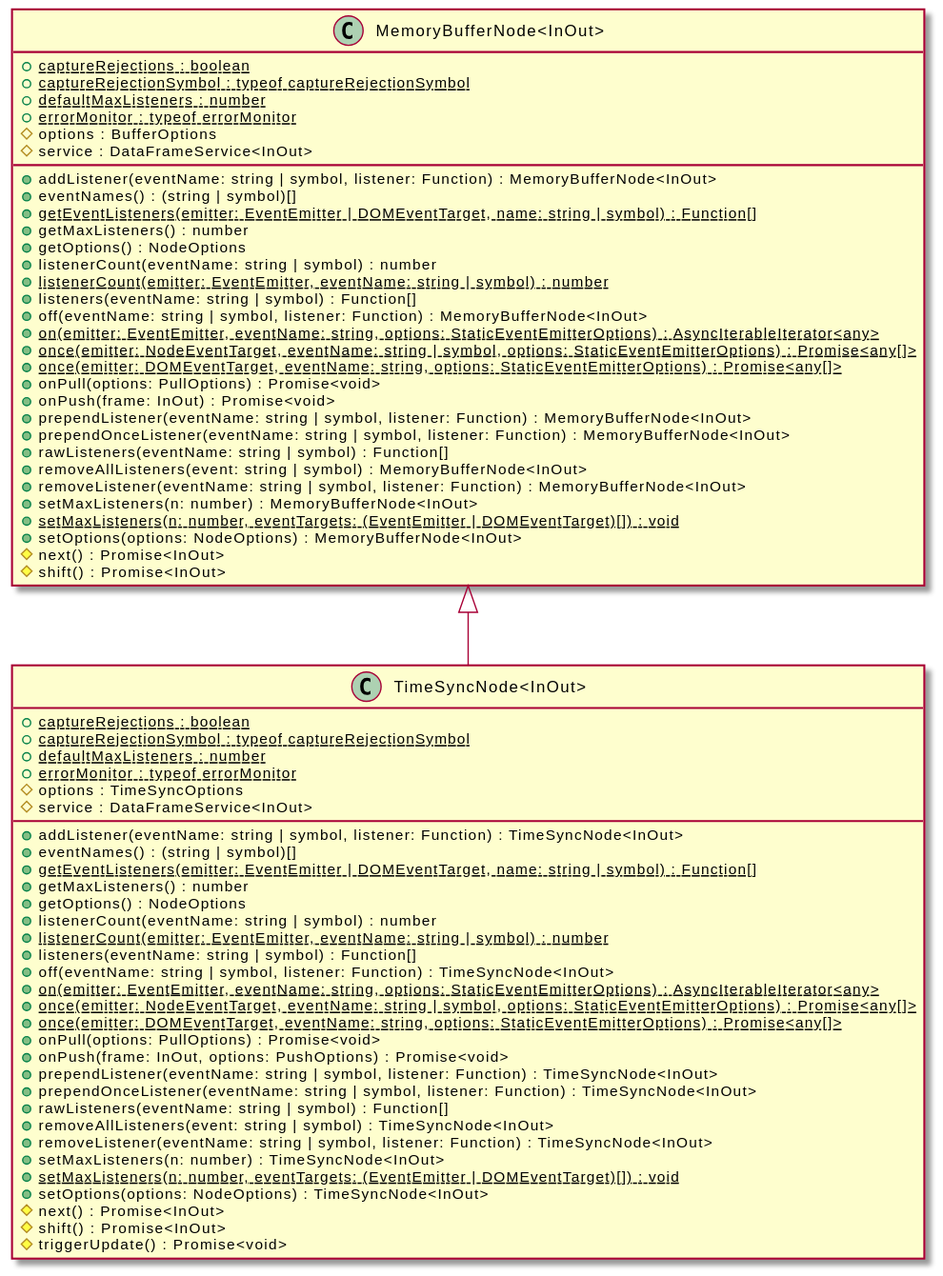
This is assets/TimeSyncNode-umlClassDiagram-11810.svg from OpenHPS/openhps-core, a PlantUML export, as it was before one commit.
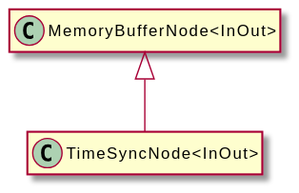
Later version of the same file.

What changed in the source:
```diff
@@ -3,69 +3,8 @@
 hide empty methods
 hide empty fields
 class "TimeSyncNode<InOut>" {
-    {static} +captureRejections : boolean
-    {static} +captureRejectionSymbol : typeof captureRejectionSymbol
-    {static} +defaultMaxListeners : number
-    {static} +errorMonitor : typeof errorMonitor
-    #options : TimeSyncOptions
-    #service : DataFrameService<InOut>
-    +addListener(eventName: string | symbol, listener: Function) : TimeSyncNode<InOut>
-    +eventNames() : (string | symbol)[]
-    {static} +getEventListeners(emitter: EventEmitter | DOMEventTarget, name: string | symbol) : Function[]
-    +getMaxListeners() : number
-    +getOptions() : NodeOptions
-    +listenerCount(eventName: string | symbol) : number
-    {static} +listenerCount(emitter: EventEmitter, eventName: string | symbol) : number
-    +listeners(eventName: string | symbol) : Function[]
-    +off(eventName: string | symbol, listener: Function) : TimeSyncNode<InOut>
-    {static} +on(emitter: EventEmitter, eventName: string, options: StaticEventEmitterOptions) : AsyncIterableIterator<any>
-    {static} +once(emitter: NodeEventTarget, eventName: string | symbol, options: StaticEventEmitterOptions) : Promise<any[]>
-    {static} +once(emitter: DOMEventTarget, eventName: string, options: StaticEventEmitterOptions) : Promise<any[]>
-    +onPull(options: PullOptions) : Promise<void>
-    +onPush(frame: InOut, options: PushOptions) : Promise<void>
-    +prependListener(eventName: string | symbol, listener: Function) : TimeSyncNode<InOut>
-    +prependOnceListener(eventName: string | symbol, listener: Function) : TimeSyncNode<InOut>
-    +rawListeners(eventName: string | symbol) : Function[]
-    +removeAllListeners(event: string | symbol) : TimeSyncNode<InOut>
-    +removeListener(eventName: string | symbol, listener: Function) : TimeSyncNode<InOut>
-    +setMaxListeners(n: number) : TimeSyncNode<InOut>
-    {static} +setMaxListeners(n: number, eventTargets: (EventEmitter | DOMEventTarget)[]) : void
-    +setOptions(options: NodeOptions) : TimeSyncNode<InOut>
-    #next() : Promise<InOut>
-    #shift() : Promise<InOut>
-    #triggerUpdate() : Promise<void>
 }
 class "MemoryBufferNode<InOut>" {
-    {static} +captureRejections : boolean
-    {static} +captureRejectionSymbol : typeof captureRejectionSymbol
-    {static} +defaultMaxListeners : number
-    {static} +errorMonitor : typeof errorMonitor
-    #options : BufferOptions
-    #service : DataFrameService<InOut>
-    +addListener(eventName: string | symbol, listener: Function) : MemoryBufferNode<InOut>
-    +eventNames() : (string | symbol)[]
-    {static} +getEventListeners(emitter: EventEmitter | DOMEventTarget, name: string | symbol) : Function[]
-    +getMaxListeners() : number
-    +getOptions() : NodeOptions
-    +listenerCount(eventName: string | symbol) : number
-    {static} +listenerCount(emitter: EventEmitter, eventName: string | symbol) : number
-    +listeners(eventName: string | symbol) : Function[]
-    +off(eventName: string | symbol, listener: Function) : MemoryBufferNode<InOut>
-    {static} +on(emitter: EventEmitter, eventName: string, options: StaticEventEmitterOptions) : AsyncIterableIterator<any>
-    {static} +once(emitter: NodeEventTarget, eventName: string | symbol, options: StaticEventEmitterOptions) : Promise<any[]>
-    {static} +once(emitter: DOMEventTarget, eventName: string, options: StaticEventEmitterOptions) : Promise<any[]>
-    +onPull(options: PullOptions) : Promise<void>
-    +onPush(frame: InOut) : Promise<void>
-    +prependListener(eventName: string | symbol, listener: Function) : MemoryBufferNode<InOut>
-    +prependOnceListener(eventName: string | symbol, listener: Function) : MemoryBufferNode<InOut>
-    +rawListeners(eventName: string | symbol) : Function[]
-    +removeAllListeners(event: string | symbol) : MemoryBufferNode<InOut>
-    +removeListener(eventName: string | symbol, listener: Function) : MemoryBufferNode<InOut>
-    +setMaxListeners(n: number) : MemoryBufferNode<InOut>
-    {static} +setMaxListeners(n: number, eventTargets: (EventEmitter | DOMEventTarget)[]) : void
-    +setOptions(options: NodeOptions) : MemoryBufferNode<InOut>
-    #next() : Promise<InOut>
-    #shift() : Promise<InOut>
 }
 "MemoryBufferNode<InOut>" <|-- "TimeSyncNode<InOut>"
 @enduml
```
